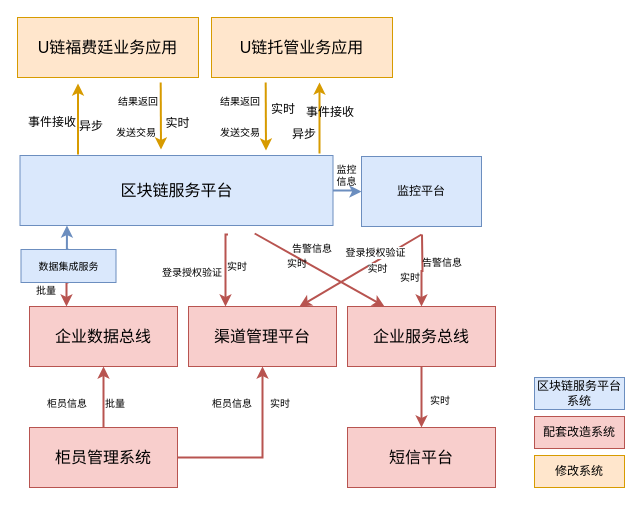
Above: repository/drawio/postb/启动会ppt_应用功能架构.drawio in dilide/collections (draw.io), before the change. Source tidied: cells renumbered, new cells numbered last; positions are measured from the earlier drawing's top-left corner, leaving out a move shared by most shapes. Both pictures are drawn from the tidied source at 100%, with x=0, y=0 at pixel (17, 17).
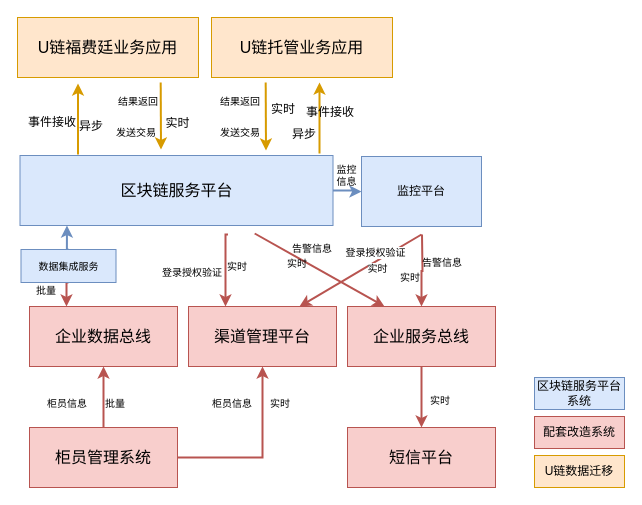
Above is the later version.

Commit message:
Update 启动会ppt_应用功能架构.drawio

What changed in the source:
```diff
@@
-    <mxCell id="53" value="修改系统" style="rounded=0;whiteSpace=wrap;html=1;fillColor=#ffe6cc;strokeColor=#d79b00;" parent="1" vertex="1">
+    <mxCell id="53" value="U链数据迁移" style="rounded=0;whiteSpace=wrap;html=1;fillColor=#ffe6cc;strokeColor=#d79b00;" parent="1" vertex="1">
       <mxGeometry x="517" y="438" width="90" height="32" as="geometry" />
     </mxCell>
```
